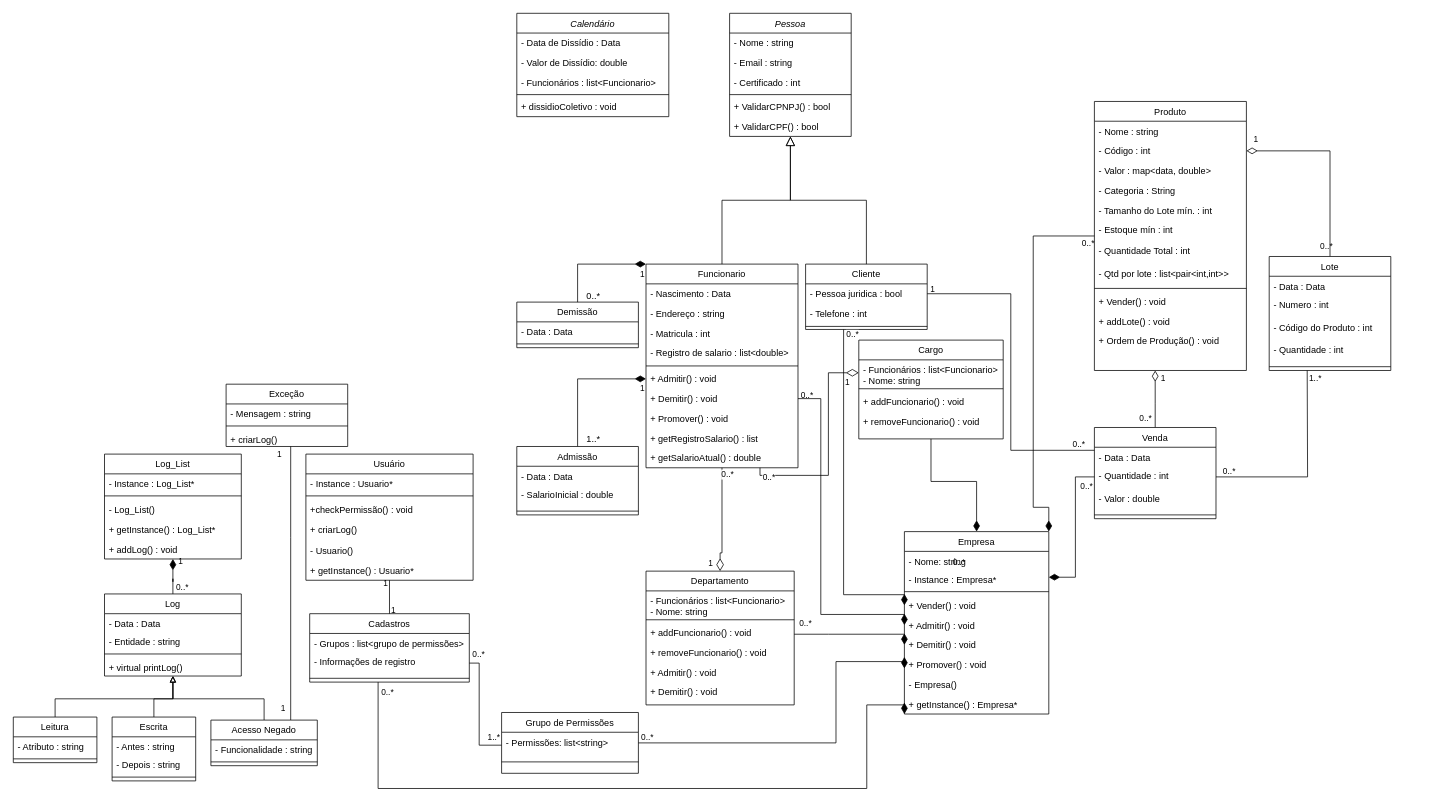
Above: Sprint4.drawio in LDLPiao/tp_poo (draw.io), before the change. Source tidied: cells renumbered, new cells numbered last; positions are measured from the earlier drawing's top-left corner, leaving out a move shared by most shapes. Both pictures are drawn from the tidied source at 76%, with x=0, y=0 at pixel (13, 13).
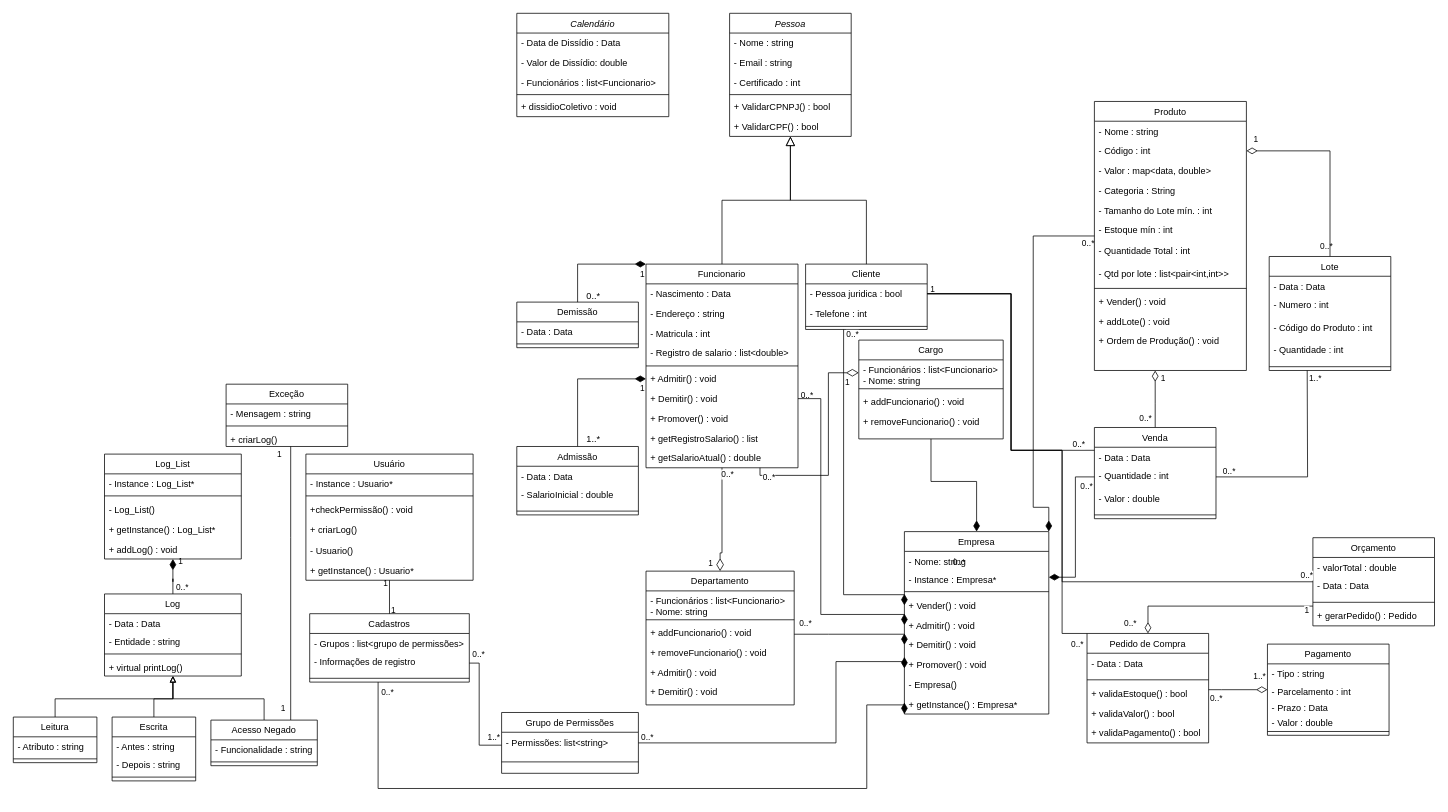
After the change.

Unchanged cells that the change refers to:
```xml
<mxCell id="23" value="- Pessoa juridica : bool" style="text;align=left;verticalAlign=top;spacingLeft=4;spacingRight=4;overflow=hidden;points=[[0,0.5],[1,0.5]];portConstraint=eastwest;" parent="22" vertex="1">
  <mxGeometry y="26" width="160" height="26" as="geometry" />
</mxCell>
```

The edit, as a diff of the source:
```diff
@@
+    <mxCell id="172" style="edgeStyle=orthogonalEdgeStyle;rounded=0;jettySize=auto;html=1;endArrow=diamondThin;endFill=0;startSize=12;endSize=12;" parent="1" edge="1" source="174" target="180">
+      <mxGeometry relative="1" as="geometry">
+        <Array as="points">
+          <mxPoint x="1493" y="780" />
+        </Array>
+      </mxGeometry>
+    </mxCell>
+    <mxCell id="173" value="1" style="edgeLabel;html=1;align=center;verticalAlign=middle;" parent="172" vertex="1">
+      <mxGeometry x="-0.37" y="1" relative="1" as="geometry">
+        <mxPoint x="71" y="4" as="offset" />
+      </mxGeometry>
+    </mxCell>
+    <mxCell id="174" value="Orçamento" style="swimlane;fontStyle=0;align=center;verticalAlign=top;horizontal=1;startSize=26;rounded=0;shadow=0;strokeWidth=1;" parent="1" vertex="1">
+      <mxGeometry x="1710" y="690" width="160" height="116" as="geometry" />
+    </mxCell>
+    <mxCell id="175" value="- valorTotal : double" style="text;align=left;verticalAlign=top;spacingLeft=4;spacingRight=4;overflow=hidden;" parent="174" vertex="1">
+      <mxGeometry y="26" width="160" height="24" as="geometry" />
+    </mxCell>
+    <mxCell id="176" value="- Data : Data" style="text;align=left;verticalAlign=top;spacingLeft=4;spacingRight=4;overflow=hidden;" parent="174" vertex="1">
+      <mxGeometry y="50" width="160" height="30" as="geometry" />
+    </mxCell>
+    <mxCell id="177" style="line;html=1;strokeWidth=1;align=left;verticalAlign=middle;spacingTop=-1;spacingLeft=3;spacingRight=3;labelPosition=right;" parent="174" vertex="1">
+      <mxGeometry y="80" width="160" height="10" as="geometry" />
+    </mxCell>
+    <mxCell id="178" value="+ gerarPedido() : Pedido" style="text;align=left;verticalAlign=top;spacingLeft=4;spacingRight=4;overflow=hidden;rounded=0;shadow=0;html=0;" parent="174" vertex="1">
+      <mxGeometry y="90" width="160" height="26" as="geometry" />
+    </mxCell>
+    <mxCell id="179" style="edgeStyle=orthogonalEdgeStyle;rounded=0;jettySize=auto;html=1;endArrow=diamondThin;endFill=0;startSize=12;endSize=12;" parent="1" edge="1" source="180" target="186">
+      <mxGeometry relative="1" as="geometry">
+        <Array as="points">
+          <mxPoint x="1590" y="890" />
+          <mxPoint x="1590" y="890" />
+        </Array>
+      </mxGeometry>
+    </mxCell>
+    <mxCell id="180" value="Pedido de Compra" style="swimlane;fontStyle=0;align=center;verticalAlign=top;horizontal=1;startSize=26;rounded=0;shadow=0;strokeWidth=1;" parent="1" vertex="1">
+      <mxGeometry x="1412.8" y="816" width="160" height="144" as="geometry" />
+    </mxCell>
+    <mxCell id="181" value="- Data : Data" style="text;align=left;verticalAlign=top;spacingLeft=4;spacingRight=4;overflow=hidden;" parent="180" vertex="1">
+      <mxGeometry y="26" width="160" height="30" as="geometry" />
+    </mxCell>
+    <mxCell id="182" style="line;html=1;strokeWidth=1;align=left;verticalAlign=middle;spacingTop=-1;spacingLeft=3;spacingRight=3;labelPosition=right;" parent="180" vertex="1">
+      <mxGeometry y="56" width="160" height="10" as="geometry" />
+    </mxCell>
+    <mxCell id="183" value="+ validaEstoque() : bool" style="text;align=left;verticalAlign=top;spacingLeft=4;spacingRight=4;overflow=hidden;rounded=0;shadow=0;html=0;" parent="180" vertex="1">
+      <mxGeometry y="66" width="160" height="26" as="geometry" />
+    </mxCell>
+    <mxCell id="184" value="+ validaValor() : bool" style="text;align=left;verticalAlign=top;spacingLeft=4;spacingRight=4;overflow=hidden;rounded=0;shadow=0;html=0;" parent="180" vertex="1">
+      <mxGeometry y="92" width="160" height="26" as="geometry" />
+    </mxCell>
+    <mxCell id="185" value="+ validaPagamento() : bool" style="text;align=left;verticalAlign=top;spacingLeft=4;spacingRight=4;overflow=hidden;rounded=0;shadow=0;html=0;" parent="180" vertex="1">
+      <mxGeometry y="118" width="160" height="26" as="geometry" />
+    </mxCell>
+    <mxCell id="186" value="Pagamento" style="swimlane;fontStyle=0;align=center;verticalAlign=top;horizontal=1;startSize=26;rounded=0;shadow=0;strokeWidth=1;" parent="1" vertex="1">
+      <mxGeometry x="1650.2" y="830" width="160" height="120" as="geometry" />
+    </mxCell>
+    <mxCell id="187" value="- Tipo : string" style="text;align=left;verticalAlign=top;spacingLeft=4;spacingRight=4;overflow=hidden;" parent="186" vertex="1">
+      <mxGeometry y="26" width="160" height="24" as="geometry" />
+    </mxCell>
+    <mxCell id="188" value="- Parcelamento : int" style="text;align=left;verticalAlign=top;spacingLeft=4;spacingRight=4;overflow=hidden;" parent="186" vertex="1">
+      <mxGeometry y="50" width="160" height="20" as="geometry" />
+    </mxCell>
+    <mxCell id="189" value="- Prazo : Data" style="text;align=left;verticalAlign=top;spacingLeft=4;spacingRight=4;overflow=hidden;" parent="186" vertex="1">
+      <mxGeometry y="70" width="160" height="20" as="geometry" />
+    </mxCell>
+    <mxCell id="190" value="- Valor : double" style="text;align=left;verticalAlign=top;spacingLeft=4;spacingRight=4;overflow=hidden;" parent="186" vertex="1">
+      <mxGeometry y="90" width="160" height="20" as="geometry" />
+    </mxCell>
+    <mxCell id="191" style="line;html=1;strokeWidth=1;align=left;verticalAlign=middle;spacingTop=-1;spacingLeft=3;spacingRight=3;labelPosition=right;" parent="186" vertex="1">
+      <mxGeometry y="110" width="160" height="10" as="geometry" />
+    </mxCell>
+    <mxCell id="192" value="0..*" style="edgeStyle=orthogonalEdgeStyle;jettySize=auto;html=1;exitX=1;exitY=0.5;exitDx=0;exitDy=0;endArrow=none;endFill=0;sourcePerimeterSpacing=0;strokeColor=default;rounded=0;shadow=0;sketch=0;" parent="1" edge="1" source="23" target="180">
+      <mxGeometry x="0.96" y="-14" relative="1" as="geometry">
+        <Array as="points">
+          <mxPoint x="1313" y="369" />
+          <mxPoint x="1313" y="575" />
+          <mxPoint x="1380" y="575" />
+          <mxPoint x="1380" y="816" />
+        </Array>
+      </mxGeometry>
+    </mxCell>
+    <mxCell id="193" value="0..*" style="edgeStyle=orthogonalEdgeStyle;jettySize=auto;html=1;exitX=1;exitY=0.5;exitDx=0;exitDy=0;endArrow=none;endFill=0;sourcePerimeterSpacing=0;strokeColor=default;rounded=0;shadow=0;sketch=0;" parent="1" edge="1" source="23" target="174">
+      <mxGeometry x="0.98" y="8" relative="1" as="geometry">
+        <Array as="points">
+          <mxPoint x="1313" y="369" />
+          <mxPoint x="1313" y="575" />
+          <mxPoint x="1380" y="575" />
+          <mxPoint x="1380" y="748" />
+        </Array>
+      </mxGeometry>
+    </mxCell>
+    <mxCell id="194" value="0..*" style="edgeLabel;html=1;align=left;verticalAlign=top;" parent="1" vertex="1">
+      <mxGeometry x="1460" y="790" as="geometry" />
+    </mxCell>
+    <mxCell id="195" value="0..*" style="edgeLabel;html=1;align=left;verticalAlign=top;" parent="1" vertex="1">
+      <mxGeometry x="1572.8" y="888" as="geometry" />
+    </mxCell>
+    <mxCell id="196" value="1..*" style="edgeLabel;html=1;align=left;verticalAlign=top;" parent="1" vertex="1">
+      <mxGeometry x="1630" y="860" as="geometry" />
+    </mxCell>
```
